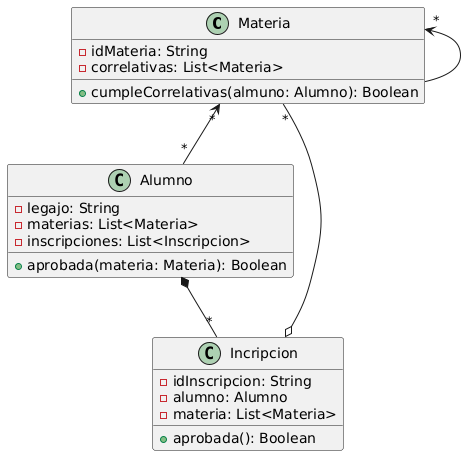
This is Diagrama.png from BrunoRodriguezzz/ValidadorCorrelativas, a PlantUML export, as it was before one commit. The source it was exported from:
```plantuml
@startuml

class Materia
class Alumno
class Incripcion

Alumno  *-- "*" Incripcion
Materia "*" <-- "*" Alumno
Materia "*" --o Incripcion
Materia "*" <-- Materia

class Materia {
-idMateria: String
-correlativas: List<Materia>
+cumpleCorrelativas(almuno: Alumno): Boolean
}

class Alumno {
-legajo: String
-materias: List<Materia>
-inscripciones: List<Inscripcion>
+aprobada(materia: Materia): Boolean
}

class Incripcion {
-idInscripcion: String
-alumno: Alumno
-materia: List<Materia>
+aprobada(): Boolean
}
@enduml
```
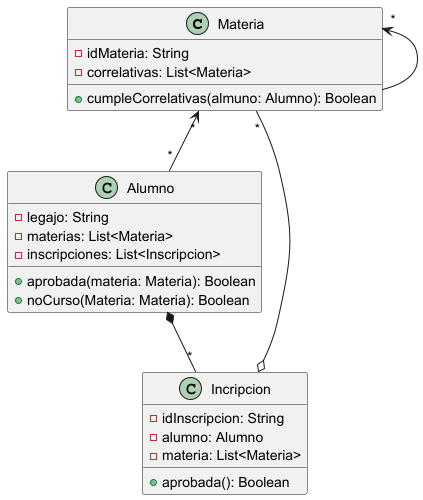
Above is the later version.

Commit message:
Actualizo la foto

Change to the diagram source:
```diff
@@ -20,6 +20,7 @@
 -materias: List<Materia>
 -inscripciones: List<Inscripcion>
 +aprobada(materia: Materia): Boolean
++noCurso(Materia: Materia): Boolean
 }
 
 class Incripcion {
```
